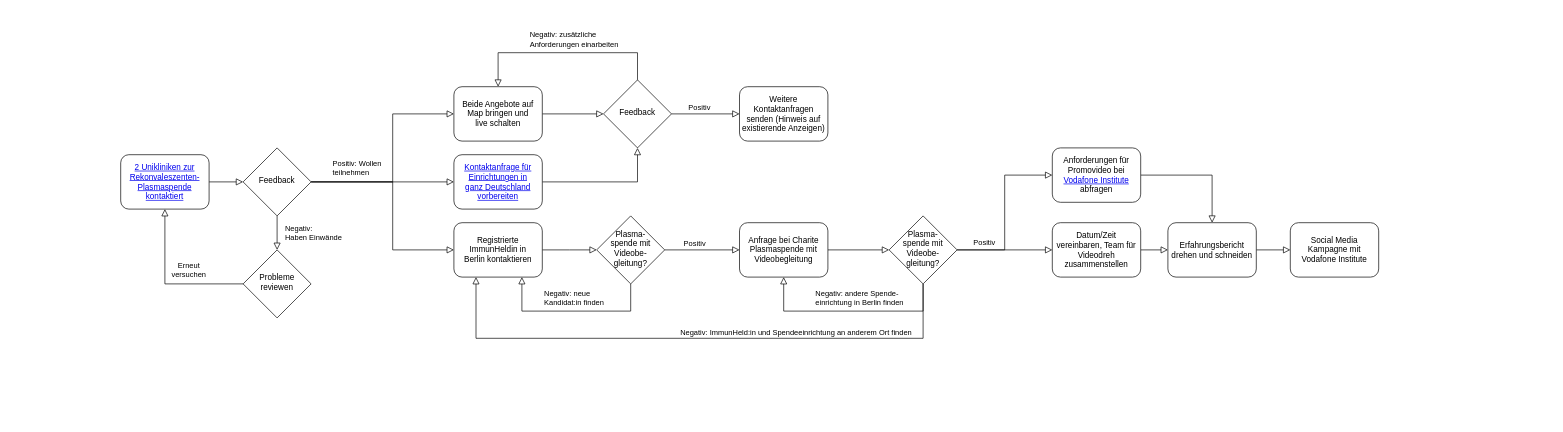
The draw.io diagram material/flow-chart-strategy.drawio in ImmunHelden/ImmunHelden.de, before the edit. Source tidied: cells renumbered, new cells numbered last; positions are measured from the earlier drawing's top-left corner, leaving out a move shared by most shapes. Both pictures are drawn from the tidied source at 68%, with x=0, y=0 at pixel (120, 52).
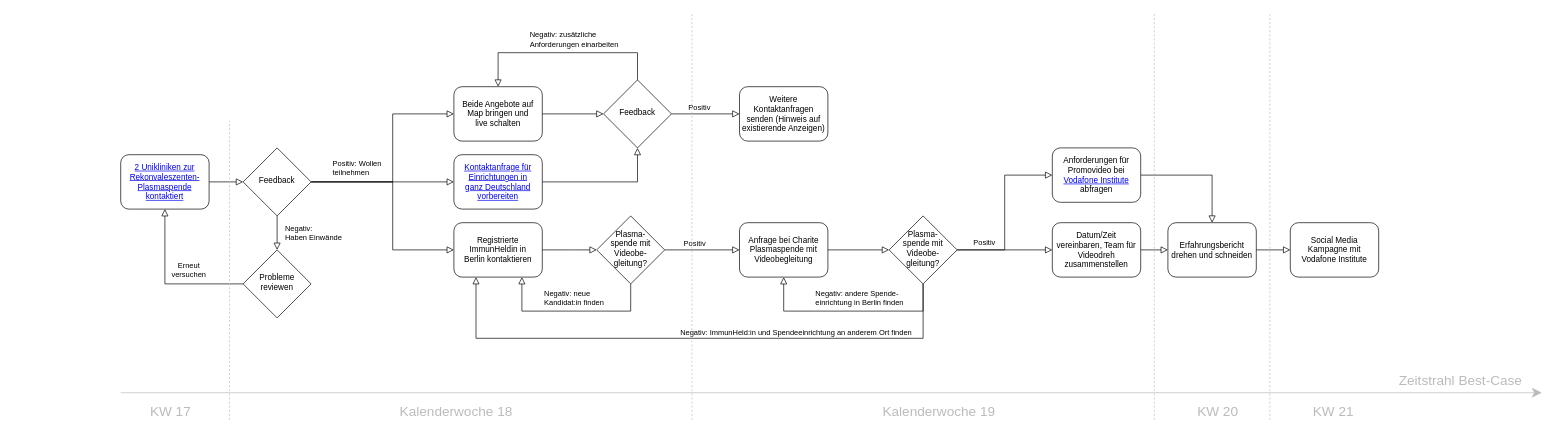
The same page after the edit.

Change to the diagram source:
```diff
@@
+    <mxCell id="44" style="endArrow=classic;html=1;strokeWidth=1;endSize=12;fillColor=#f5f5f5;strokeColor=#BBB;" parent="1" edge="1">
+      <mxGeometry relative="1" as="geometry">
+        <mxPoint y="500" as="sourcePoint" />
+        <mxPoint x="2090" y="500" as="targetPoint" />
+      </mxGeometry>
+    </mxCell>
+    <mxCell id="45" value="&lt;font style=&quot;font-size: 20px&quot;&gt;Zeitstrahl Best-Case&lt;/font&gt; " style="edgeLabel;html=1;align=center;verticalAlign=middle;fontColor=#BBB;" parent="44" vertex="1">
+      <mxGeometry x="0.63" y="-4" relative="1" as="geometry">
+        <mxPoint x="266" y="-24" as="offset" />
+      </mxGeometry>
+    </mxCell>
+    <mxCell id="46" style="endArrow=none;html=1;strokeColor=#BBB;strokeWidth=1;fontColor=#BBB;dashed=1;" parent="1" edge="1">
+      <mxGeometry relative="1" as="geometry">
+        <mxPoint x="160" y="540" as="sourcePoint" />
+        <mxPoint x="160" y="100" as="targetPoint" />
+      </mxGeometry>
+    </mxCell>
+    <mxCell id="47" style="endArrow=none;html=1;strokeColor=#BBB;strokeWidth=1;fontColor=#BBB;dashed=1;" parent="1" edge="1">
+      <mxGeometry relative="1" as="geometry">
+        <mxPoint x="840" y="540" as="sourcePoint" />
+        <mxPoint x="840" y="-60" as="targetPoint" />
+      </mxGeometry>
+    </mxCell>
+    <mxCell id="48" value="&lt;font style=&quot;font-size: 20px&quot;&gt;Kalenderwoche 18&lt;/font&gt;" style="edgeLabel;html=1;align=center;verticalAlign=middle;fontColor=#BBB;" parent="1" vertex="1">
+      <mxGeometry x="260" y="500" as="geometry">
+        <mxPoint x="232" y="26" as="offset" />
+      </mxGeometry>
+    </mxCell>
+    <mxCell id="49" value="&lt;font style=&quot;font-size: 20px&quot;&gt;KW 17&lt;/font&gt;" style="edgeLabel;html=1;align=center;verticalAlign=middle;fontColor=#BBB;" parent="1" vertex="1">
+      <mxGeometry x="-160" y="500" as="geometry">
+        <mxPoint x="232" y="26" as="offset" />
+      </mxGeometry>
+    </mxCell>
+    <mxCell id="50" style="endArrow=none;html=1;strokeColor=#BBB;strokeWidth=1;fontColor=#BBB;dashed=1;" parent="1" edge="1">
+      <mxGeometry relative="1" as="geometry">
+        <mxPoint x="1520" y="540" as="sourcePoint" />
+        <mxPoint x="1520" y="-60" as="targetPoint" />
+      </mxGeometry>
+    </mxCell>
+    <mxCell id="51" value="&lt;font style=&quot;font-size: 20px&quot;&gt;Kalenderwoche 19&lt;/font&gt;" style="edgeLabel;html=1;align=center;verticalAlign=middle;fontColor=#BBB;" parent="1" vertex="1">
+      <mxGeometry x="970" y="500" as="geometry">
+        <mxPoint x="232" y="26" as="offset" />
+      </mxGeometry>
+    </mxCell>
+    <mxCell id="52" style="endArrow=none;html=1;strokeColor=#BBB;strokeWidth=1;fontColor=#BBB;dashed=1;" parent="1" edge="1">
+      <mxGeometry relative="1" as="geometry">
+        <mxPoint x="1690" y="540" as="sourcePoint" />
+        <mxPoint x="1690" y="-60" as="targetPoint" />
+      </mxGeometry>
+    </mxCell>
+    <mxCell id="53" value="&lt;font style=&quot;font-size: 20px&quot;&gt;KW 20&lt;br&gt;&lt;/font&gt;" style="edgeLabel;html=1;align=center;verticalAlign=middle;fontColor=#BBB;" parent="1" vertex="1">
+      <mxGeometry x="1380" y="500" as="geometry">
+        <mxPoint x="232" y="26" as="offset" />
+      </mxGeometry>
+    </mxCell>
+    <mxCell id="54" value="&lt;font style=&quot;font-size: 20px&quot;&gt;KW 21&lt;/font&gt;" style="edgeLabel;html=1;align=center;verticalAlign=middle;fontColor=#BBB;" parent="1" vertex="1">
+      <mxGeometry x="1550" y="500" as="geometry">
+        <mxPoint x="232" y="26" as="offset" />
+      </mxGeometry>
+    </mxCell>
```
